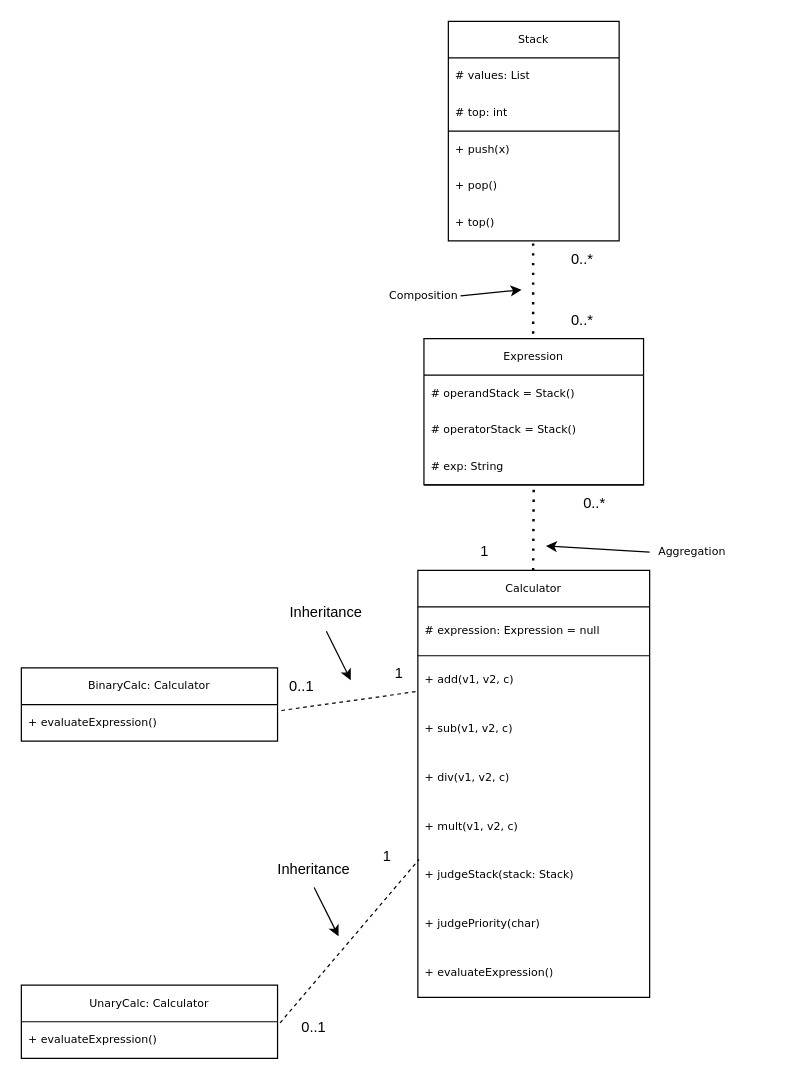
The draw.io diagram Lab1ClassDiagram.drawio in matty-gg/CSE2102-SP24-Lab1-Group19, before the edit. Source tidied: cells renumbered, new cells numbered last; positions are measured from the earlier drawing's top-left corner, leaving out a move shared by most shapes. Both pictures are drawn from the tidied source at 122%, with x=0, y=0 at pixel (21, 21).
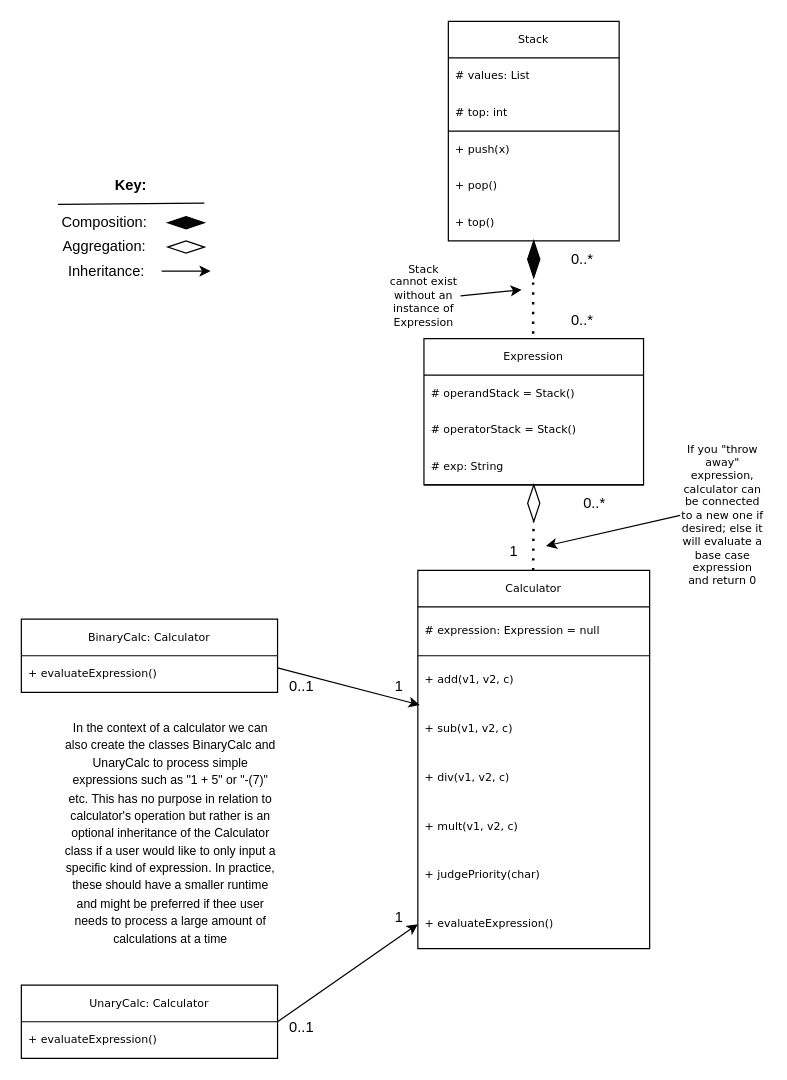
The same diagram, later.

Commit message:
Added key, updated labels, provided descriptions

Unchanged cells that the change refers to:
```xml
<mxCell id="13" value="+ sub(v1, v2, c)" style="text;strokeColor=none;fillColor=none;align=left;verticalAlign=middle;spacingLeft=4;spacingRight=4;overflow=hidden;points=[[0,0.5],[1,0.5]];portConstraint=eastwest;whiteSpace=wrap;html=1;fontSize=9;fontFamily=Verdana;flipH=1;direction=east;" parent="9" vertex="1">
  <mxGeometry y="110" width="190" height="40" as="geometry" />
</mxCell>
<mxCell id="29" value="+ evaluateExpression()&amp;nbsp;" style="text;strokeColor=none;fillColor=none;align=left;verticalAlign=middle;spacingLeft=4;spacingRight=4;overflow=hidden;points=[[0,0.5],[1,0.5]];portConstraint=eastwest;whiteSpace=wrap;html=1;fontSize=9;fontFamily=Verdana;" parent="28" vertex="1">
  <mxGeometry y="30" width="210" height="30" as="geometry" />
</mxCell>
<mxCell id="31" value="+ evaluateExpression()" style="text;strokeColor=none;fillColor=none;align=left;verticalAlign=middle;spacingLeft=4;spacingRight=4;overflow=hidden;points=[[0,0.5],[1,0.5]];portConstraint=eastwest;whiteSpace=wrap;html=1;fontSize=9;fontFamily=Verdana;" parent="30" vertex="1">
  <mxGeometry y="30" width="210" height="30" as="geometry" />
</mxCell>
```

Change to the diagram source:
```diff
@@
     <mxCell id="9" value="Calculator" style="swimlane;fontStyle=0;horizontal=1;startSize=30;whiteSpace=wrap;html=1;fontSize=9;fontFamily=Verdana;" parent="1" vertex="1">
-      <mxGeometry x="325" y="450" width="190" height="350" as="geometry" />
+      <mxGeometry x="325" y="450" width="190" height="310" as="geometry" />
     </mxCell>
@@
-    <mxCell id="16" value="+ judgeStack(stack: Stack)" style="text;strokeColor=none;fillColor=none;align=left;verticalAlign=middle;spacingLeft=4;spacingRight=4;overflow=hidden;points=[[0,0.5],[1,0.5]];portConstraint=eastwest;whiteSpace=wrap;html=1;fontSize=9;fontFamily=Verdana;flipH=1;direction=east;" parent="9" vertex="1">
-      <mxGeometry y="230" width="190" height="40" as="geometry" />
-    </mxCell>
     <mxCell id="17" value="+ judgePriority(char)" style="text;strokeColor=none;fillColor=none;align=left;verticalAlign=middle;spacingLeft=4;spacingRight=4;overflow=hidden;whiteSpace=wrap;html=1;fontSize=9;fontFamily=Verdana;flipH=1;direction=east;" parent="9" vertex="1">
-      <mxGeometry y="270" width="190" height="40" as="geometry" />
+      <mxGeometry y="230" width="190" height="40" as="geometry" />
     </mxCell>
     <mxCell id="18" value="+ evaluateExpression()" style="text;strokeColor=none;fillColor=none;align=left;verticalAlign=middle;spacingLeft=4;spacingRight=4;overflow=hidden;points=[[0,0.5],[1,0.5]];portConstraint=eastwest;whiteSpace=wrap;html=1;fontSize=9;fontFamily=Verdana;flipH=1;direction=east;" parent="9" vertex="1">
-      <mxGeometry y="310" width="190" height="40" as="geometry" />
+      <mxGeometry y="270" width="190" height="40" as="geometry" />
     </mxCell>
@@
-    <mxCell id="24" value="&lt;font style=&quot;font-size: 9px;&quot;&gt;Composition&lt;/font&gt;" style="text;html=1;strokeColor=none;fillColor=none;align=center;verticalAlign=middle;whiteSpace=wrap;rounded=0;fontSize=9;fontFamily=Verdana;" parent="1" vertex="1">
+    <mxCell id="24" value="&lt;font style=&quot;font-size: 9px;&quot;&gt;Stack cannot exist without an instance of Expression&lt;/font&gt;" style="text;html=1;strokeColor=none;fillColor=none;align=center;verticalAlign=middle;whiteSpace=wrap;rounded=0;fontSize=9;fontFamily=Verdana;" parent="1" vertex="1">
       <mxGeometry x="300" y="210" width="60" height="30" as="geometry" />
     </mxCell>
@@
-    <mxCell id="27" value="Aggregation" style="rounded=0;whiteSpace=wrap;html=1;strokeColor=none;fillColor=none;fontSize=9;fontFamily=Verdana;" parent="1" vertex="1">
-      <mxGeometry x="515" y="420" width="70" height="30" as="geometry" />
+    <mxCell id="27" value="If you &quot;throw away&quot; expression, calculator can be connected to a new one if desired; else it will evaluate a base case expression and return 0" style="rounded=0;whiteSpace=wrap;html=1;strokeColor=none;fillColor=none;fontSize=9;fontFamily=Verdana;" parent="1" vertex="1">
+      <mxGeometry x="540" y="390" width="70" height="30" as="geometry" />
     </mxCell>
     <mxCell id="28" value="BinaryCalc: Calculator" style="swimlane;fontStyle=0;horizontal=1;startSize=30;whiteSpace=wrap;html=1;fontSize=9;fontFamily=Verdana;" parent="1" vertex="1">
-      <mxGeometry y="530" width="210" height="60" as="geometry" />
+      <mxGeometry y="490" width="210" height="60" as="geometry" />
     </mxCell>
@@
-    <mxCell id="32" style="endArrow=none;dashed=1;html=1;rounded=0;entryX=1;entryY=0.731;entryDx=0;entryDy=0;entryPerimeter=0;exitX=1.015;exitY=0.163;exitDx=0;exitDy=0;exitPerimeter=0;" parent="1" edge="1" source="29">
-      <mxGeometry relative="1" as="geometry">
-        <mxPoint x="325" y="549.2" as="targetPoint" />
-      </mxGeometry>
-    </mxCell>
-    <mxCell id="33" style="endArrow=none;dashed=1;html=1;rounded=0;exitX=1.01;exitY=0.029;exitDx=0;exitDy=0;exitPerimeter=0;entryX=0.995;entryY=0.175;entryDx=0;entryDy=0;entryPerimeter=0;" parent="1" edge="1" source="31" target="16">
-      <mxGeometry relative="1" as="geometry" />
-    </mxCell>
@@
-    <mxCell id="35" style="endArrow=none;dashed=1;html=1;dashPattern=1 3;strokeWidth=2;rounded=0;exitX=0.5;exitY=0;exitDx=0;exitDy=0;" parent="1" edge="1">
+    <mxCell id="35" style="endArrow=none;dashed=1;html=1;dashPattern=1 3;strokeWidth=2;rounded=0;exitX=0.5;exitY=0;exitDx=0;exitDy=0;" parent="1" edge="1" source="57">
       <mxGeometry relative="1" as="geometry">
-        <mxPoint x="419.5" y="450" as="sourcePoint" />
         <mxPoint x="420" y="380" as="targetPoint" />
       </mxGeometry>
     </mxCell>
@@
     <mxCell id="37" value="1" style="text;html=1;strokeColor=none;fillColor=none;align=center;verticalAlign=middle;whiteSpace=wrap;rounded=0;" parent="1" vertex="1">
-      <mxGeometry x="350" y="420" width="60" height="30" as="geometry" />
+      <mxGeometry x="374" y="420" width="60" height="30" as="geometry" />
     </mxCell>
@@
     <mxCell id="39" value="0..1" style="text;html=1;strokeColor=none;fillColor=none;align=center;verticalAlign=middle;whiteSpace=wrap;rounded=0;" parent="1" vertex="1">
-      <mxGeometry x="210" y="810" width="60" height="30" as="geometry" />
+      <mxGeometry x="200" y="810" width="60" height="30" as="geometry" />
     </mxCell>
@@
     <mxCell id="41" value="1" style="text;html=1;strokeColor=none;fillColor=none;align=center;verticalAlign=middle;whiteSpace=wrap;rounded=0;" parent="1" vertex="1">
-      <mxGeometry x="270" y="670" width="60" height="30" as="geometry" />
+      <mxGeometry x="280" y="720" width="60" height="30" as="geometry" />
     </mxCell>
     <mxCell id="42" value="1" style="text;html=1;strokeColor=none;fillColor=none;align=center;verticalAlign=middle;whiteSpace=wrap;rounded=0;" parent="1" vertex="1">
-      <mxGeometry x="280" y="520" width="60" height="30" as="geometry" />
+      <mxGeometry x="280" y="530" width="60" height="30" as="geometry" />
     </mxCell>
@@
-    <mxCell id="44" style="endArrow=classic;html=1;rounded=0;" parent="1" edge="1" target="45">
-      <mxGeometry relative="1" as="geometry">
-        <mxPoint x="260" y="500" as="sourcePoint" />
-      </mxGeometry>
-    </mxCell>
-    <mxCell id="45" value="Inheritance&lt;br&gt;" style="text;html=1;strokeColor=none;fillColor=none;align=center;verticalAlign=middle;whiteSpace=wrap;rounded=0;" parent="1" vertex="1">
-      <mxGeometry x="220" y="470" width="60" height="30" as="geometry" />
-    </mxCell>
-    <mxCell id="46" style="endArrow=classic;html=1;rounded=0;" parent="1" edge="1">
-      <mxGeometry relative="1" as="geometry">
-        <mxPoint x="250" y="500" as="sourcePoint" />
-        <mxPoint x="270" y="540" as="targetPoint" />
-      </mxGeometry>
-    </mxCell>
-    <mxCell id="47" style="endArrow=classic;html=1;rounded=0;" parent="1" edge="1" target="48">
+    <mxCell id="47" style="endArrow=classic;html=1;rounded=0;" parent="1" edge="1">
       <mxGeometry relative="1" as="geometry">
         <mxPoint x="250" y="710" as="sourcePoint" />
+        <mxPoint x="250" y="710" as="targetPoint" />
       </mxGeometry>
     </mxCell>
-    <mxCell id="48" value="Inheritance&lt;br&gt;" style="text;html=1;strokeColor=none;fillColor=none;align=center;verticalAlign=middle;whiteSpace=wrap;rounded=0;" parent="1" vertex="1">
-      <mxGeometry x="210" y="680" width="60" height="30" as="geometry" />
-    </mxCell>
-    <mxCell id="49" style="endArrow=classic;html=1;rounded=0;" parent="1" edge="1">
-      <mxGeometry relative="1" as="geometry">
-        <mxPoint x="240" y="710" as="sourcePoint" />
-        <mxPoint x="260" y="750" as="targetPoint" />
-      </mxGeometry>
-    </mxCell>
+    <mxCell id="50" style="rhombus;whiteSpace=wrap;html=1;fillColor=#050505;rotation=90;" parent="1" vertex="1">
+      <mxGeometry x="130" y="150" width="10" height="30" as="geometry" />
+    </mxCell>
+    <mxCell id="51" value="&lt;b&gt;Key:&lt;/b&gt;" style="text;html=1;strokeColor=none;fillColor=none;align=center;verticalAlign=middle;whiteSpace=wrap;rounded=0;" parent="1" vertex="1">
+      <mxGeometry x="60" y="120" width="60" height="30" as="geometry" />
+    </mxCell>
+    <mxCell id="52" value="Composition:&amp;nbsp;" style="text;html=1;strokeColor=none;fillColor=none;align=center;verticalAlign=middle;whiteSpace=wrap;rounded=0;" parent="1" vertex="1">
+      <mxGeometry x="40" y="150" width="60" height="30" as="geometry" />
+    </mxCell>
+    <mxCell id="53" value="Aggregation:&amp;nbsp;" style="text;html=1;strokeColor=none;fillColor=none;align=center;verticalAlign=middle;whiteSpace=wrap;rounded=0;" parent="1" vertex="1">
+      <mxGeometry x="40" y="170" width="60" height="30" as="geometry" />
+    </mxCell>
+    <mxCell id="54" style="rhombus;whiteSpace=wrap;html=1;rotation=90;" parent="1" vertex="1">
+      <mxGeometry x="130" y="170" width="10" height="30" as="geometry" />
+    </mxCell>
+    <mxCell id="55" style="endArrow=none;html=1;rounded=0;exitX=0;exitY=0;exitDx=0;exitDy=0;" parent="1" edge="1">
+      <mxGeometry relative="1" as="geometry">
+        <mxPoint x="30" y="150" as="sourcePoint" />
+        <mxPoint x="150" y="149" as="targetPoint" />
+      </mxGeometry>
+    </mxCell>
+    <mxCell id="56" style="endArrow=none;dashed=1;html=1;dashPattern=1 3;strokeWidth=2;rounded=0;exitX=0.5;exitY=0;exitDx=0;exitDy=0;" parent="1" edge="1" target="57">
+      <mxGeometry relative="1" as="geometry">
+        <mxPoint x="419.5" y="450" as="sourcePoint" />
+      </mxGeometry>
+    </mxCell>
+    <mxCell id="57" style="rhombus;whiteSpace=wrap;html=1;" parent="1" vertex="1">
+      <mxGeometry x="415" y="380" width="10" height="30" as="geometry" />
+    </mxCell>
+    <mxCell id="58" style="rhombus;whiteSpace=wrap;html=1;fillColor=#050505;rotation=0;" parent="1" vertex="1">
+      <mxGeometry x="415" y="180" width="10" height="30" as="geometry" />
+    </mxCell>
+    <mxCell id="59" style="endArrow=classic;html=1;rounded=0;entryX=0.992;entryY=0.009;entryDx=0;entryDy=0;entryPerimeter=0;exitX=1;exitY=0.333;exitDx=0;exitDy=0;exitPerimeter=0;" parent="1" edge="1" source="29" target="13">
+      <mxGeometry relative="1" as="geometry" />
+    </mxCell>
+    <mxCell id="60" style="endArrow=classic;html=1;rounded=0;entryX=0;entryY=0.5;entryDx=0;entryDy=0;" parent="1" edge="1" target="18">
+      <mxGeometry relative="1" as="geometry">
+        <mxPoint x="210" y="820" as="sourcePoint" />
+      </mxGeometry>
+    </mxCell>
+    <mxCell id="61" value="Inheritance:" style="text;html=1;strokeColor=none;fillColor=none;align=center;verticalAlign=middle;whiteSpace=wrap;rounded=0;" parent="1" vertex="1">
+      <mxGeometry x="40" y="190" width="60" height="30" as="geometry" />
+    </mxCell>
+    <mxCell id="62" style="endArrow=classic;html=1;rounded=0;" parent="1" edge="1">
+      <mxGeometry relative="1" as="geometry">
+        <mxPoint x="115" y="204.7" as="sourcePoint" />
+        <mxPoint x="155" y="204.7" as="targetPoint" />
+      </mxGeometry>
+    </mxCell>
+    <mxCell id="63" value="&lt;font style=&quot;font-size: 10px;&quot;&gt;In the context of a calculator we can also create the classes BinaryCalc and UnaryCalc to process simple expressions such as &quot;1 + 5&quot; or &quot;-(7)&quot; etc. This has no purpose in relation to calculator's operation but rather is an optional inheritance of the Calculator class if a user would like to only input a specific kind of expression. In practice, these should have a smaller runtime and might be preferred if thee user needs to process a large amount of calculations at a time&lt;/font&gt;" style="text;html=1;strokeColor=none;fillColor=none;align=center;verticalAlign=middle;whiteSpace=wrap;rounded=0;" parent="1" vertex="1">
+      <mxGeometry x="35" y="650" width="175" height="30" as="geometry" />
+    </mxCell>
```
